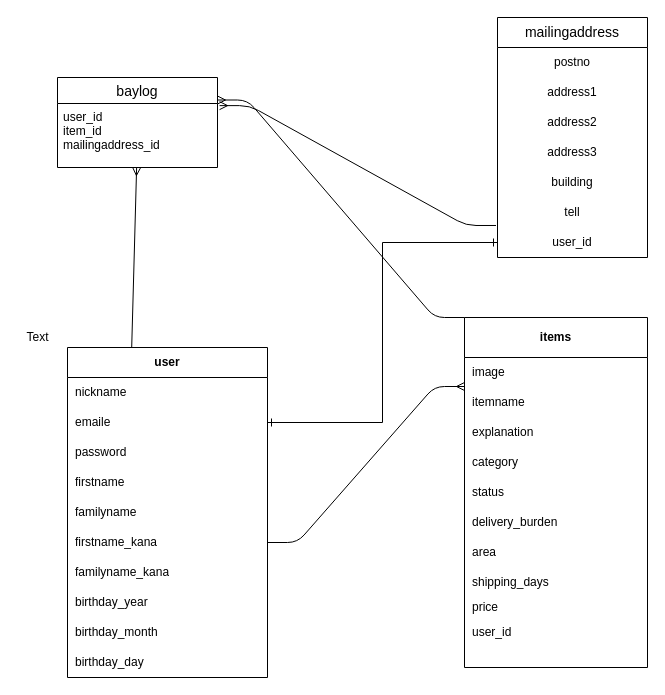
Above: page "ページ1" (1 of 2) of furima.dio in Yuriman123/furima-32392 (draw.io), before the change. Source tidied: cells renumbered, new cells numbered last; positions are measured from the earlier drawing's top-left corner, leaving out a move shared by most shapes. Both pictures are drawn from the tidied source at 100%, with x=0, y=0 at pixel (17, 17).
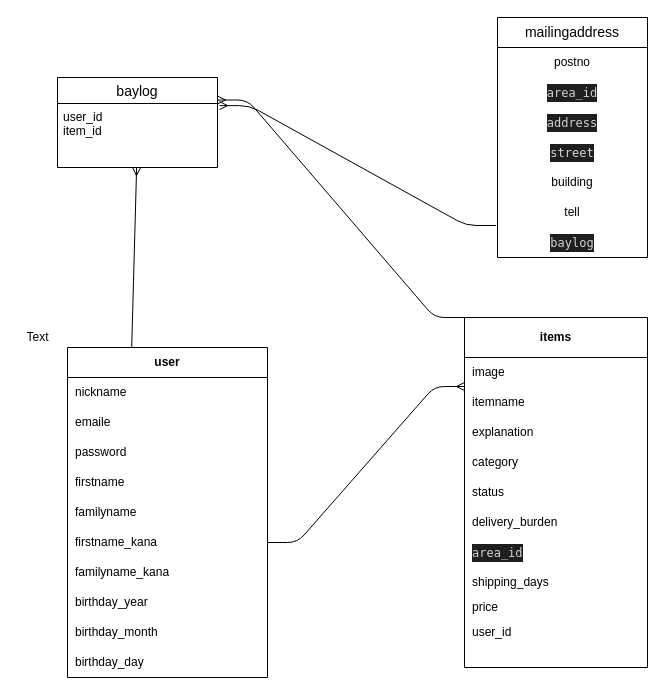
Above is the later version.

The change refers to these unchanged cells:
```xml
<mxCell id="15" style="shape=partialRectangle;html=1;whiteSpace=wrap;fillColor=none;top=0;left=0;bottom=0;right=0;" parent="2" vertex="1">
  <mxGeometry y="220" width="183" height="30" as="geometry" />
</mxCell>
<mxCell id="26" style="shape=partialRectangle;html=1;whiteSpace=wrap;fillColor=none;top=0;left=0;bottom=0;right=0;points=[[0,0.5],[1,0.5]];portConstraint=eastwest;" parent="23" vertex="1">
  <mxGeometry y="60" width="200" height="30" as="geometry" />
</mxCell>
<mxCell id="44" value="baylog" style="swimlane;fontStyle=0;horizontal=1;startSize=26;align=center;fontSize=14;" parent="1" vertex="1">
  <mxGeometry x="40" y="60" width="160" height="90" as="geometry" />
</mxCell>
<mxCell id="49" style="shape=partialRectangle;html=1;whiteSpace=wrap;fillColor=none;top=0;left=0;bottom=0;right=0;" parent="46" vertex="1">
  <mxGeometry y="60" width="150" height="30" as="geometry" />
</mxCell>
<mxCell id="51" style="shape=partialRectangle;html=1;whiteSpace=wrap;fillColor=none;top=0;left=0;bottom=0;right=0;" parent="46" vertex="1">
  <mxGeometry y="90" width="150" height="30" as="geometry" />
</mxCell>
<mxCell id="53" style="shape=partialRectangle;html=1;whiteSpace=wrap;fillColor=none;top=0;left=0;bottom=0;right=0;" parent="46" vertex="1">
  <mxGeometry y="120" width="150" height="30" as="geometry" />
</mxCell>
<mxCell id="59" style="shape=partialRectangle;html=1;whiteSpace=wrap;fillColor=none;top=0;left=0;bottom=0;right=0;points=[[0,0.5],[1,0.5]];portConstraint=eastwest;" parent="46" vertex="1">
  <mxGeometry y="210" width="150" height="30" as="geometry" />
</mxCell>
```

What changed in the source:
```diff
@@
-    <mxCell id="16" value="area" style="shape=partialRectangle;html=1;whiteSpace=wrap;fillColor=none;top=0;left=0;bottom=0;right=0;align=left;spacingLeft=6;overflow=hidden;" parent="15" vertex="1">
+    <mxCell id="16" value="&lt;div style=&quot;color: rgb(212 , 212 , 212) ; background-color: rgb(30 , 30 , 30) ; font-family: &amp;#34;menlo&amp;#34; , &amp;#34;monaco&amp;#34; , &amp;#34;courier new&amp;#34; , monospace ; line-height: 18px&quot;&gt;area_id&lt;/div&gt;" style="shape=partialRectangle;html=1;whiteSpace=wrap;fillColor=none;top=0;left=0;bottom=0;right=0;align=left;spacingLeft=6;overflow=hidden;" parent="15" vertex="1">
       <mxGeometry width="183" height="30" as="geometry" />
     </mxCell>
@@
-    <mxCell id="45" value="user_id&#10;item_id&#10;mailingaddress_id" style="text;strokeColor=none;fillColor=none;spacingLeft=4;spacingRight=4;overflow=hidden;points=[[0,0.5],[1,0.5]];portConstraint=eastwest;fontSize=12;" parent="44" vertex="1">
+    <mxCell id="45" value="user_id&#10;item_id" style="text;strokeColor=none;fillColor=none;spacingLeft=4;spacingRight=4;overflow=hidden;points=[[0,0.5],[1,0.5]];portConstraint=eastwest;fontSize=12;" parent="44" vertex="1">
       <mxGeometry y="26" width="160" height="64" as="geometry" />
     </mxCell>
@@
-    <mxCell id="50" value="address1" style="shape=partialRectangle;html=1;whiteSpace=wrap;fillColor=none;top=0;left=0;bottom=0;right=0;overflow=hidden;" parent="49" vertex="1">
+    <mxCell id="50" value="&lt;div style=&quot;color: rgb(212 , 212 , 212) ; background-color: rgb(30 , 30 , 30) ; font-family: &amp;#34;menlo&amp;#34; , &amp;#34;monaco&amp;#34; , &amp;#34;courier new&amp;#34; , monospace ; line-height: 18px&quot;&gt;area_id&lt;/div&gt;" style="shape=partialRectangle;html=1;whiteSpace=wrap;fillColor=none;top=0;left=0;bottom=0;right=0;overflow=hidden;" parent="49" vertex="1">
       <mxGeometry width="150" height="30" as="geometry" />
     </mxCell>
@@
-    <mxCell id="52" value="address2" style="shape=partialRectangle;html=1;whiteSpace=wrap;fillColor=none;top=0;left=0;bottom=0;right=0;overflow=hidden;" parent="51" vertex="1">
+    <mxCell id="52" value="&lt;div style=&quot;color: rgb(212 , 212 , 212) ; background-color: rgb(30 , 30 , 30) ; font-family: &amp;#34;menlo&amp;#34; , &amp;#34;monaco&amp;#34; , &amp;#34;courier new&amp;#34; , monospace ; line-height: 18px&quot;&gt;address&lt;/div&gt;" style="shape=partialRectangle;html=1;whiteSpace=wrap;fillColor=none;top=0;left=0;bottom=0;right=0;overflow=hidden;" parent="51" vertex="1">
       <mxGeometry width="150" height="30" as="geometry" />
     </mxCell>
@@
-    <mxCell id="54" value="address3" style="shape=partialRectangle;html=1;whiteSpace=wrap;fillColor=none;top=0;left=0;bottom=0;right=0;overflow=hidden;" parent="53" vertex="1">
+    <mxCell id="54" value="&lt;div style=&quot;color: rgb(212 , 212 , 212) ; background-color: rgb(30 , 30 , 30) ; font-family: &amp;#34;menlo&amp;#34; , &amp;#34;monaco&amp;#34; , &amp;#34;courier new&amp;#34; , monospace ; line-height: 18px&quot;&gt;street &lt;/div&gt;" style="shape=partialRectangle;html=1;whiteSpace=wrap;fillColor=none;top=0;left=0;bottom=0;right=0;overflow=hidden;" parent="53" vertex="1">
       <mxGeometry width="150" height="30" as="geometry" />
     </mxCell>
@@
-    <mxCell id="60" value="user_id" style="shape=partialRectangle;html=1;whiteSpace=wrap;fillColor=none;top=0;left=0;bottom=0;right=0;overflow=hidden;" parent="59" vertex="1">
+    <mxCell id="60" value="&lt;div style=&quot;color: rgb(212 , 212 , 212) ; background-color: rgb(30 , 30 , 30) ; font-family: &amp;#34;menlo&amp;#34; , &amp;#34;monaco&amp;#34; , &amp;#34;courier new&amp;#34; , monospace ; line-height: 18px&quot;&gt;baylog&lt;/div&gt;" style="shape=partialRectangle;html=1;whiteSpace=wrap;fillColor=none;top=0;left=0;bottom=0;right=0;overflow=hidden;" parent="59" vertex="1">
       <mxGeometry width="150" height="30" as="geometry" />
     </mxCell>
@@
-    <mxCell id="65" style="edgeStyle=orthogonalEdgeStyle;rounded=0;jettySize=auto;html=1;exitX=1;exitY=0.5;exitDx=0;exitDy=0;entryX=0;entryY=0.5;entryDx=0;entryDy=0;endArrow=ERone;endFill=0;strokeWidth=1;startArrow=ERone;startFill=0;" parent="1" edge="1" source="26" target="59">
-      <mxGeometry relative="1" as="geometry" />
-    </mxCell>
```
